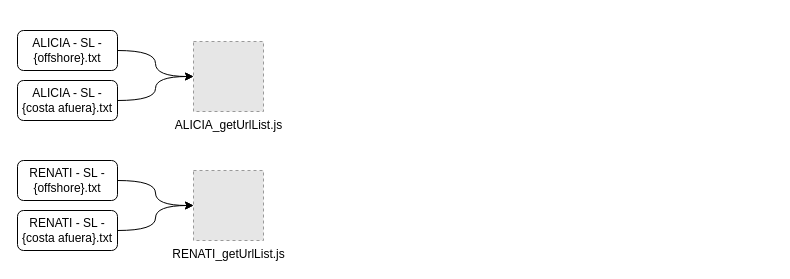
dbarretol/Tesis_MBAESAN keeps this draw.io diagram as ScrapRepos/Diagrama_Scripts.drawio. Above is the earlier version. Source tidied: cells renumbered, new cells numbered last; positions are measured from the earlier drawing's top-left corner, leaving out a move shared by most shapes. Both pictures are drawn from the tidied source at 100%, with x=0, y=0 at pixel (17, 30). Pictures stored in the file or linked from it are replaced by grey dashed boxes.
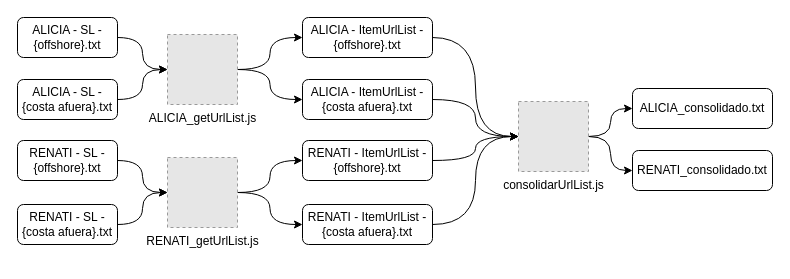
Above is the later version.

The edit, as a diff of the source:
```diff
@@
     <mxCell id="3" value="ALICIA - SL - {offshore}.txt" style="rounded=1;whiteSpace=wrap;html=1;" parent="1" vertex="1">
-      <mxGeometry width="100" height="40" as="geometry" />
+      <mxGeometry y="-13" width="100" height="40" as="geometry" />
     </mxCell>
@@
     <mxCell id="5" value="ALICIA - SL - {costa afuera}.txt" style="rounded=1;whiteSpace=wrap;html=1;" parent="1" vertex="1">
-      <mxGeometry y="50" width="100" height="40" as="geometry" />
+      <mxGeometry y="49" width="100" height="40" as="geometry" />
     </mxCell>
@@
     <mxCell id="7" value="RENATI - SL - {offshore}.txt" style="rounded=1;whiteSpace=wrap;html=1;" parent="1" vertex="1">
-      <mxGeometry y="130" width="100" height="40" as="geometry" />
+      <mxGeometry y="110" width="100" height="40" as="geometry" />
     </mxCell>
@@
     <mxCell id="9" value="RENATI - SL - {costa afuera}.txt" style="rounded=1;whiteSpace=wrap;html=1;" parent="1" vertex="1">
-      <mxGeometry y="180" width="100" height="40" as="geometry" />
+      <mxGeometry y="174" width="100" height="40" as="geometry" />
     </mxCell>
+    <mxCell id="12" style="edgeStyle=orthogonalEdgeStyle;curved=1;rounded=0;jettySize=auto;html=1;entryX=0;entryY=0.5;entryDx=0;entryDy=0;exitX=1;exitY=0.5;exitDx=0;exitDy=0;" parent="1" edge="1" source="10" target="17">
+      <mxGeometry relative="1" as="geometry" />
+    </mxCell>
+    <mxCell id="13" style="edgeStyle=orthogonalEdgeStyle;curved=1;rounded=0;jettySize=auto;html=1;exitX=1;exitY=0.5;exitDx=0;exitDy=0;entryX=0;entryY=0.5;entryDx=0;entryDy=0;" parent="1" edge="1" source="10" target="19">
+      <mxGeometry relative="1" as="geometry" />
+    </mxCell>
     <mxCell id="10" value="ALICIA_getUrlList.js" style="fillColor=#E6E6E6;strokeColor=#999999;dashed=1;html=1;verticalAlign=top;verticalLabelPosition=bottom;labelBackgroundColor=#ffffff;" parent="1" vertex="1">
-      <mxGeometry x="176" y="11" width="70" height="70" as="geometry" />
+      <mxGeometry x="150" y="4" width="70" height="70" as="geometry" />
     </mxCell>
+    <mxCell id="14" style="edgeStyle=orthogonalEdgeStyle;curved=1;rounded=0;jettySize=auto;html=1;exitX=1;exitY=0.5;exitDx=0;exitDy=0;entryX=0;entryY=0.5;entryDx=0;entryDy=0;" parent="1" edge="1" source="11" target="21">
+      <mxGeometry relative="1" as="geometry" />
+    </mxCell>
+    <mxCell id="15" style="edgeStyle=orthogonalEdgeStyle;curved=1;rounded=0;jettySize=auto;html=1;exitX=1;exitY=0.5;exitDx=0;exitDy=0;entryX=0;entryY=0.5;entryDx=0;entryDy=0;" parent="1" edge="1" source="11" target="23">
+      <mxGeometry relative="1" as="geometry" />
+    </mxCell>
     <mxCell id="11" value="RENATI_getUrlList.js" style="fillColor=#E6E6E6;strokeColor=#999999;dashed=1;html=1;verticalAlign=top;verticalLabelPosition=bottom;labelBackgroundColor=#ffffff;" parent="1" vertex="1">
-      <mxGeometry x="176" y="140" width="70" height="70" as="geometry" />
+      <mxGeometry x="150" y="127" width="70" height="70" as="geometry" />
     </mxCell>
+    <mxCell id="16" style="edgeStyle=orthogonalEdgeStyle;curved=1;rounded=0;jettySize=auto;html=1;exitX=1;exitY=0.5;exitDx=0;exitDy=0;entryX=0;entryY=0.5;entryDx=0;entryDy=0;" parent="1" edge="1" source="17" target="26">
+      <mxGeometry relative="1" as="geometry" />
+    </mxCell>
+    <mxCell id="17" value="ALICIA - ItemUrlList - {offshore}.txt" style="rounded=1;whiteSpace=wrap;html=1;" parent="1" vertex="1">
+      <mxGeometry x="285" y="-13" width="130" height="40" as="geometry" />
+    </mxCell>
+    <mxCell id="18" style="edgeStyle=orthogonalEdgeStyle;curved=1;rounded=0;jettySize=auto;html=1;exitX=1;exitY=0.5;exitDx=0;exitDy=0;entryX=0;entryY=0.5;entryDx=0;entryDy=0;" parent="1" edge="1" source="19" target="26">
+      <mxGeometry relative="1" as="geometry" />
+    </mxCell>
+    <mxCell id="19" value="ALICIA - ItemUrlList - {costa afuera}.txt" style="rounded=1;whiteSpace=wrap;html=1;" parent="1" vertex="1">
+      <mxGeometry x="285" y="49" width="130" height="40" as="geometry" />
+    </mxCell>
+    <mxCell id="20" style="edgeStyle=orthogonalEdgeStyle;curved=1;rounded=0;jettySize=auto;html=1;exitX=1;exitY=0.5;exitDx=0;exitDy=0;entryX=0;entryY=0.5;entryDx=0;entryDy=0;" parent="1" edge="1" source="21" target="26">
+      <mxGeometry relative="1" as="geometry" />
+    </mxCell>
+    <mxCell id="21" value="RENATI - ItemUrlList&amp;nbsp;- {offshore}.txt" style="rounded=1;whiteSpace=wrap;html=1;" parent="1" vertex="1">
+      <mxGeometry x="285" y="110" width="130" height="40" as="geometry" />
+    </mxCell>
+    <mxCell id="22" style="edgeStyle=orthogonalEdgeStyle;curved=1;rounded=0;jettySize=auto;html=1;exitX=1;exitY=0.5;exitDx=0;exitDy=0;entryX=0;entryY=0.5;entryDx=0;entryDy=0;" parent="1" edge="1" source="23" target="26">
+      <mxGeometry relative="1" as="geometry" />
+    </mxCell>
+    <mxCell id="23" value="RENATI - ItemUrlList&amp;nbsp;- {costa afuera}.txt" style="rounded=1;whiteSpace=wrap;html=1;" parent="1" vertex="1">
+      <mxGeometry x="285" y="174" width="130" height="40" as="geometry" />
+    </mxCell>
+    <mxCell id="24" style="edgeStyle=orthogonalEdgeStyle;curved=1;rounded=0;jettySize=auto;html=1;exitX=1;exitY=0.5;exitDx=0;exitDy=0;entryX=0;entryY=0.5;entryDx=0;entryDy=0;" parent="1" edge="1" source="26" target="27">
+      <mxGeometry relative="1" as="geometry" />
+    </mxCell>
+    <mxCell id="25" style="edgeStyle=orthogonalEdgeStyle;curved=1;rounded=0;jettySize=auto;html=1;entryX=0;entryY=0.5;entryDx=0;entryDy=0;" parent="1" edge="1" source="26" target="28">
+      <mxGeometry relative="1" as="geometry" />
+    </mxCell>
+    <mxCell id="26" value="consolidarUrlList.js" style="fillColor=#E6E6E6;strokeColor=#999999;dashed=1;html=1;verticalAlign=top;verticalLabelPosition=bottom;labelBackgroundColor=#ffffff;" parent="1" vertex="1">
+      <mxGeometry x="501" y="71" width="70" height="70" as="geometry" />
+    </mxCell>
+    <mxCell id="27" value="ALICIA_consolidado.txt" style="rounded=1;whiteSpace=wrap;html=1;" parent="1" vertex="1">
+      <mxGeometry x="615" y="58" width="140" height="40" as="geometry" />
+    </mxCell>
+    <mxCell id="28" value="RENATI_consolidado.txt" style="rounded=1;whiteSpace=wrap;html=1;" parent="1" vertex="1">
+      <mxGeometry x="615" y="120" width="140" height="40" as="geometry" />
+    </mxCell>
```
